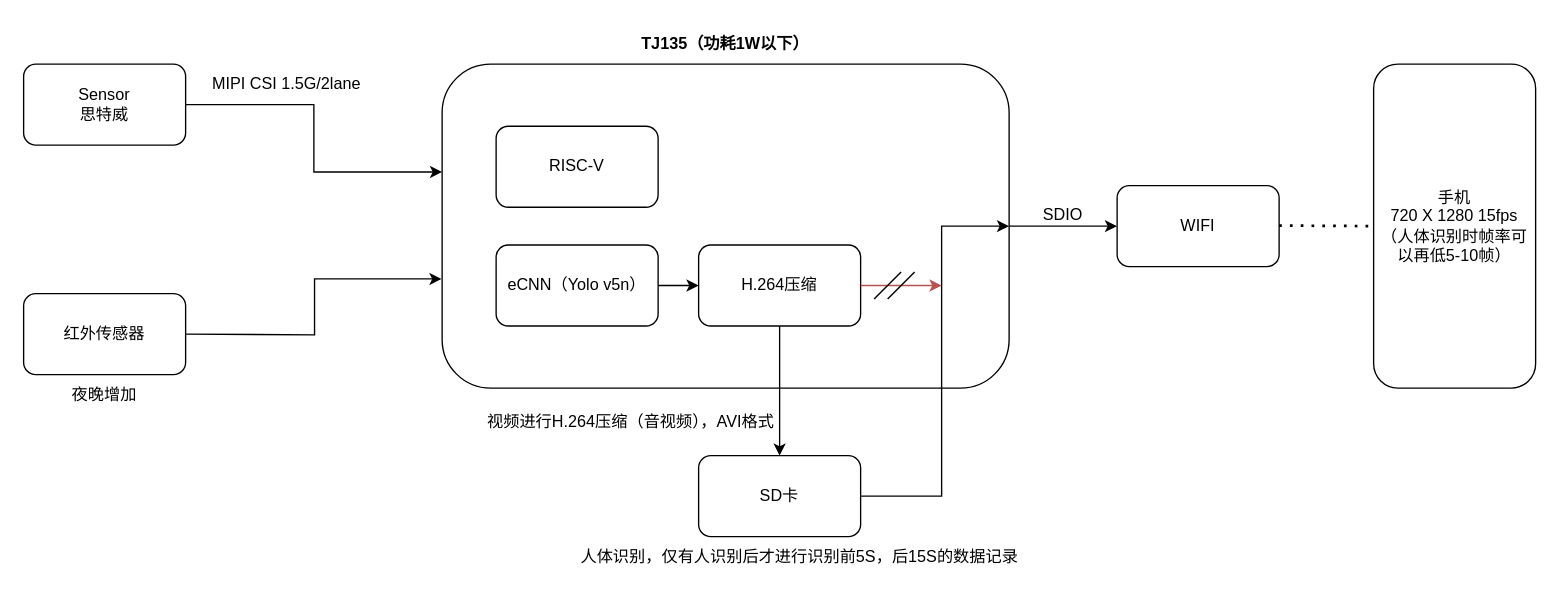
shenwangchong/learngit keeps this draw.io diagram as 苏州天平-AI.drawio. Above is the earlier version. Source tidied: cells renumbered, new cells numbered last; positions are measured from the earlier drawing's top-left corner, leaving out a move shared by most shapes. Both pictures are drawn from the tidied source at 135%, with x=0, y=0 at pixel (23, 23).
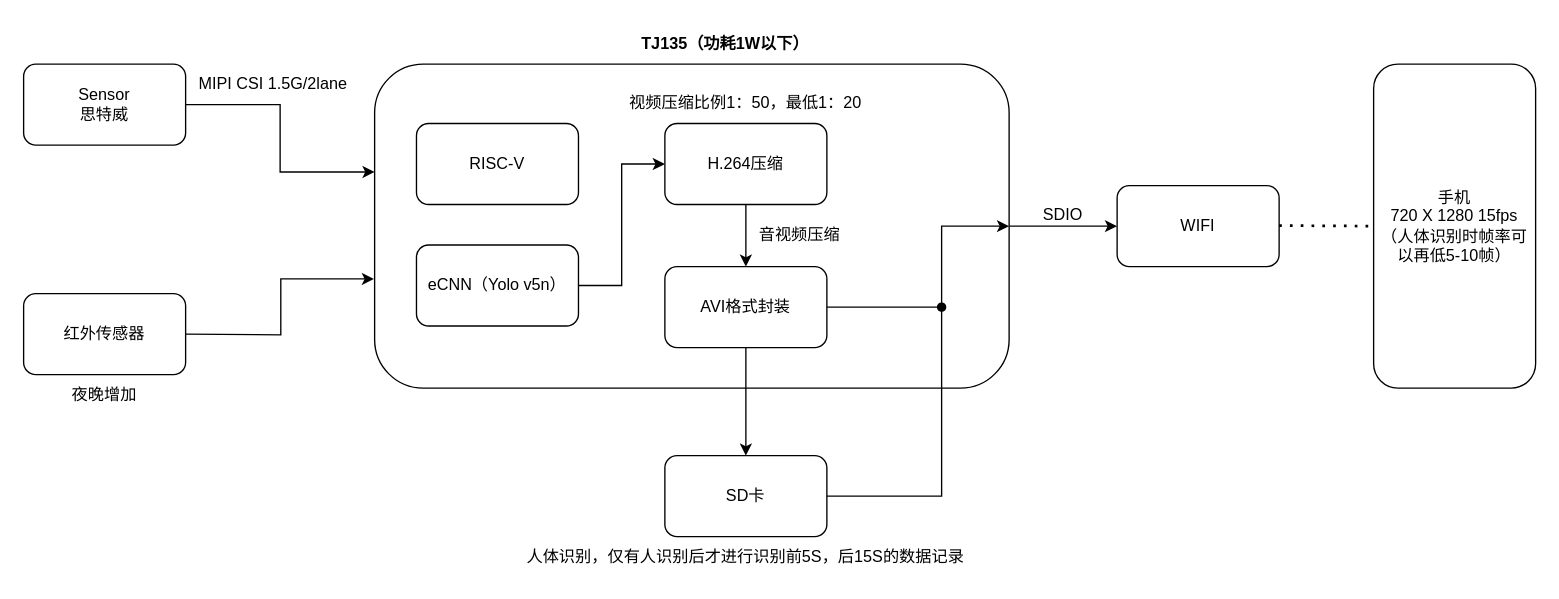
Above is the later version.

Commit message:
更新苏州天平-AI.drawio

What changed in the source:
```diff
@@
     <mxCell id="6" style="rounded=1;whiteSpace=wrap;html=1;" parent="1" vertex="1">
-      <mxGeometry x="310" y="30" width="420" height="240" as="geometry" />
+      <mxGeometry x="260" y="30" width="470" height="240" as="geometry" />
     </mxCell>
@@
     <mxCell id="8" value="MIPI CSI 1.5G/2lane" style="text;html=1;whiteSpace=wrap;strokeColor=none;fillColor=none;align=center;verticalAlign=middle;rounded=0;" parent="1" vertex="1">
-      <mxGeometry x="130" y="30" width="130" height="30" as="geometry" />
+      <mxGeometry x="120" y="30" width="130" height="30" as="geometry" />
     </mxCell>
@@
     <mxCell id="13" value="SD卡" style="rounded=1;whiteSpace=wrap;html=1;" parent="1" vertex="1">
-      <mxGeometry x="500" y="320" width="120" height="60" as="geometry" />
+      <mxGeometry x="475" y="320" width="120" height="60" as="geometry" />
     </mxCell>
@@
     <mxCell id="15" value="RISC-V" style="rounded=1;whiteSpace=wrap;html=1;" parent="1" vertex="1">
-      <mxGeometry x="350" y="76" width="120" height="60" as="geometry" />
+      <mxGeometry x="291" y="74" width="120" height="60" as="geometry" />
     </mxCell>
-    <mxCell id="16" style="edgeStyle=orthogonalEdgeStyle;rounded=0;jettySize=auto;html=1;" parent="1" edge="1" source="17" target="21">
+    <mxCell id="16" style="edgeStyle=orthogonalEdgeStyle;rounded=0;jettySize=auto;html=1;entryX=0;entryY=0.5;entryDx=0;entryDy=0;" parent="1" edge="1" source="17" target="21">
       <mxGeometry relative="1" as="geometry" />
     </mxCell>
     <mxCell id="17" value="eCNN（Yolo v5n）" style="rounded=1;whiteSpace=wrap;html=1;" parent="1" vertex="1">
-      <mxGeometry x="350" y="164" width="120" height="60" as="geometry" />
+      <mxGeometry x="291" y="164" width="120" height="60" as="geometry" />
     </mxCell>
     <mxCell id="18" value="人体识别，仅有人识别后才进行识别前5S，后15S的数据记录" style="text;html=1;whiteSpace=wrap;strokeColor=none;fillColor=none;align=center;verticalAlign=middle;rounded=0;" parent="1" vertex="1">
-      <mxGeometry x="400" y="380" width="350" height="30" as="geometry" />
+      <mxGeometry x="360" y="380" width="350" height="30" as="geometry" />
     </mxCell>
@@
-    <mxCell id="20" value="视频进行H.264压缩（音视频），AVI格式" style="text;html=1;whiteSpace=wrap;strokeColor=none;fillColor=none;align=center;verticalAlign=middle;rounded=0;" parent="1" vertex="1">
-      <mxGeometry x="330" y="280" width="240" height="30" as="geometry" />
+    <mxCell id="20" value="音视频压缩" style="text;html=1;whiteSpace=wrap;strokeColor=none;fillColor=none;align=center;verticalAlign=middle;rounded=0;" parent="1" vertex="1">
+      <mxGeometry x="535" y="142" width="80" height="30" as="geometry" />
     </mxCell>
+    <mxCell id="28" style="edgeStyle=orthogonalEdgeStyle;rounded=0;jettySize=auto;html=1;" parent="1" edge="1" source="21" target="30">
+      <mxGeometry relative="1" as="geometry" />
+    </mxCell>
     <mxCell id="21" value="H.264压缩" style="rounded=1;whiteSpace=wrap;html=1;" parent="1" vertex="1">
-      <mxGeometry x="500" y="164" width="120" height="60" as="geometry" />
+      <mxGeometry x="475" y="74" width="120" height="60" as="geometry" />
     </mxCell>
-    <mxCell id="22" style="endArrow=classic;html=1;rounded=0;entryX=0.5;entryY=0;entryDx=0;entryDy=0;exitX=0.5;exitY=1;exitDx=0;exitDy=0;" parent="1" edge="1" source="21" target="13">
+    <mxCell id="22" style="endArrow=classic;html=1;rounded=0;entryX=0.5;entryY=0;entryDx=0;entryDy=0;exitX=0.5;exitY=1;exitDx=0;exitDy=0;" parent="1" edge="1" source="30" target="13">
       <mxGeometry relative="1" as="geometry" />
     </mxCell>
@@
-    <mxCell id="24" style="edgeStyle=orthogonalEdgeStyle;rounded=0;jettySize=auto;html=1;exitX=1;exitY=0.5;exitDx=0;exitDy=0;fillColor=#f8cecc;strokeColor=#b85450;" parent="1" edge="1" source="21">
+    <mxCell id="24" style="edgeStyle=orthogonalEdgeStyle;rounded=0;jettySize=auto;html=1;fillColor=#f8cecc;strokeColor=#000000;endArrow=oval;endFill=1;exitX=1;exitY=0.5;exitDx=0;exitDy=0;" parent="1" edge="1" source="30">
       <mxGeometry relative="1" as="geometry">
-        <mxPoint x="680" y="194" as="targetPoint" />
-        <Array as="points">
-          <mxPoint x="680" y="194" />
-        </Array>
+        <mxPoint x="680" y="210" as="targetPoint" />
       </mxGeometry>
     </mxCell>
-    <mxCell id="25" style="group;" parent="1" vertex="1">
-      <mxGeometry x="630" y="184" width="30" height="20" as="geometry" />
-    </mxCell>
-    <mxCell id="26" style="endArrow=none;html=1;rounded=0;" parent="25" edge="1">
-      <mxGeometry relative="1" as="geometry">
-        <mxPoint y="20" as="sourcePoint" />
-        <mxPoint x="20" as="targetPoint" />
-      </mxGeometry>
-    </mxCell>
-    <mxCell id="27" style="endArrow=none;html=1;rounded=0;" parent="25" edge="1">
-      <mxGeometry relative="1" as="geometry">
-        <mxPoint x="10" y="20" as="sourcePoint" />
-        <mxPoint x="30" as="targetPoint" />
-      </mxGeometry>
-    </mxCell>
+    <mxCell id="29" value="视频压缩比例1：50，最低1：20" style="text;html=1;whiteSpace=wrap;strokeColor=none;fillColor=none;align=center;verticalAlign=middle;rounded=0;" parent="1" vertex="1">
+      <mxGeometry x="435" y="44" width="200" height="30" as="geometry" />
+    </mxCell>
+    <mxCell id="30" value="AVI格式封装" style="rounded=1;whiteSpace=wrap;html=1;" parent="1" vertex="1">
+      <mxGeometry x="475" y="180" width="120" height="60" as="geometry" />
+    </mxCell>
```
